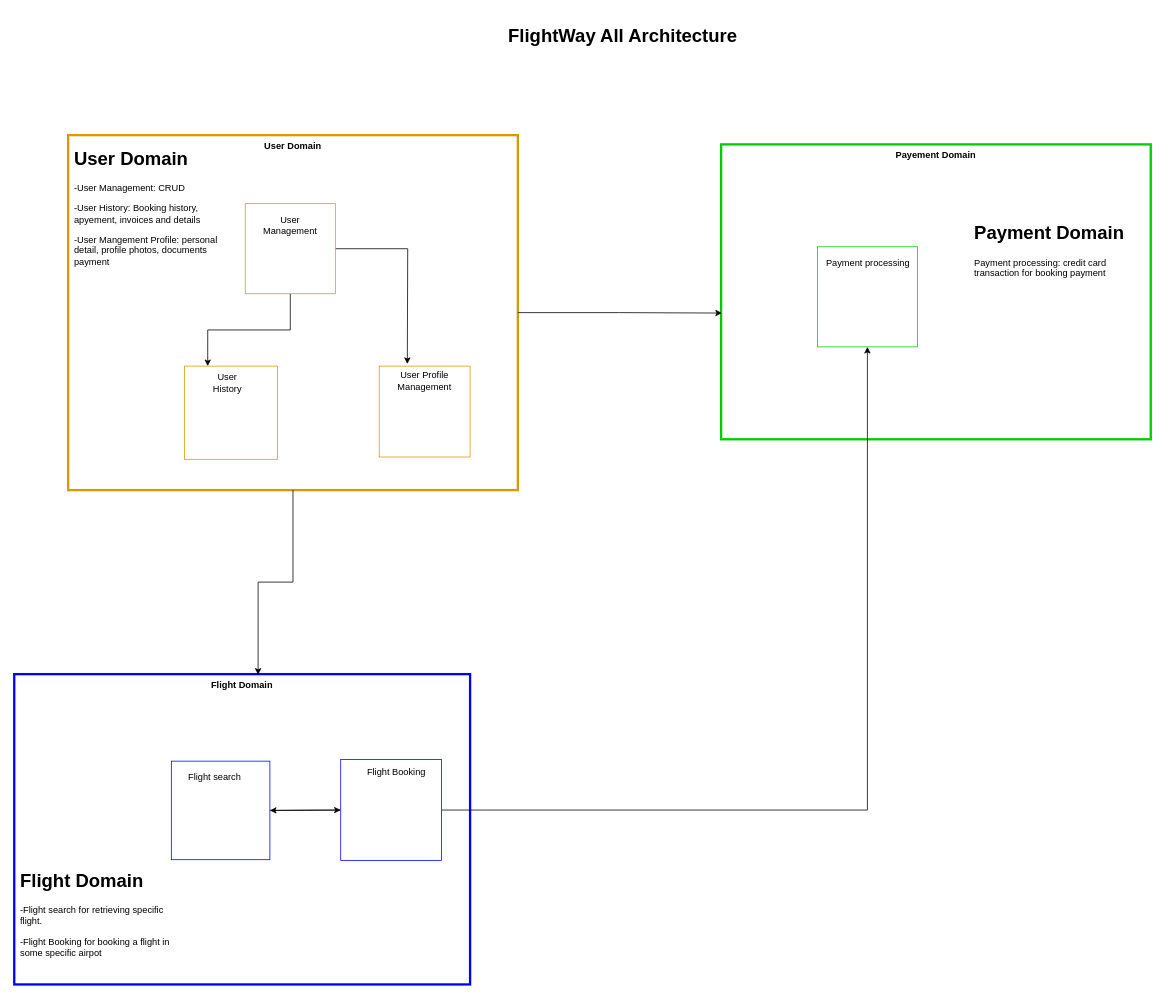
abdoulWaris/ArchitectureCloud keeps this draw.io diagram as page "Page-1" (1 of 2) of flightWayDiagramme.drawio. Above is the earlier version. Source tidied: cells renumbered, new cells numbered last; positions are measured from the earlier drawing's top-left corner, leaving out a move shared by most shapes. Both pictures are drawn from the tidied source at 77%, with x=0, y=0 at pixel (14, 25).
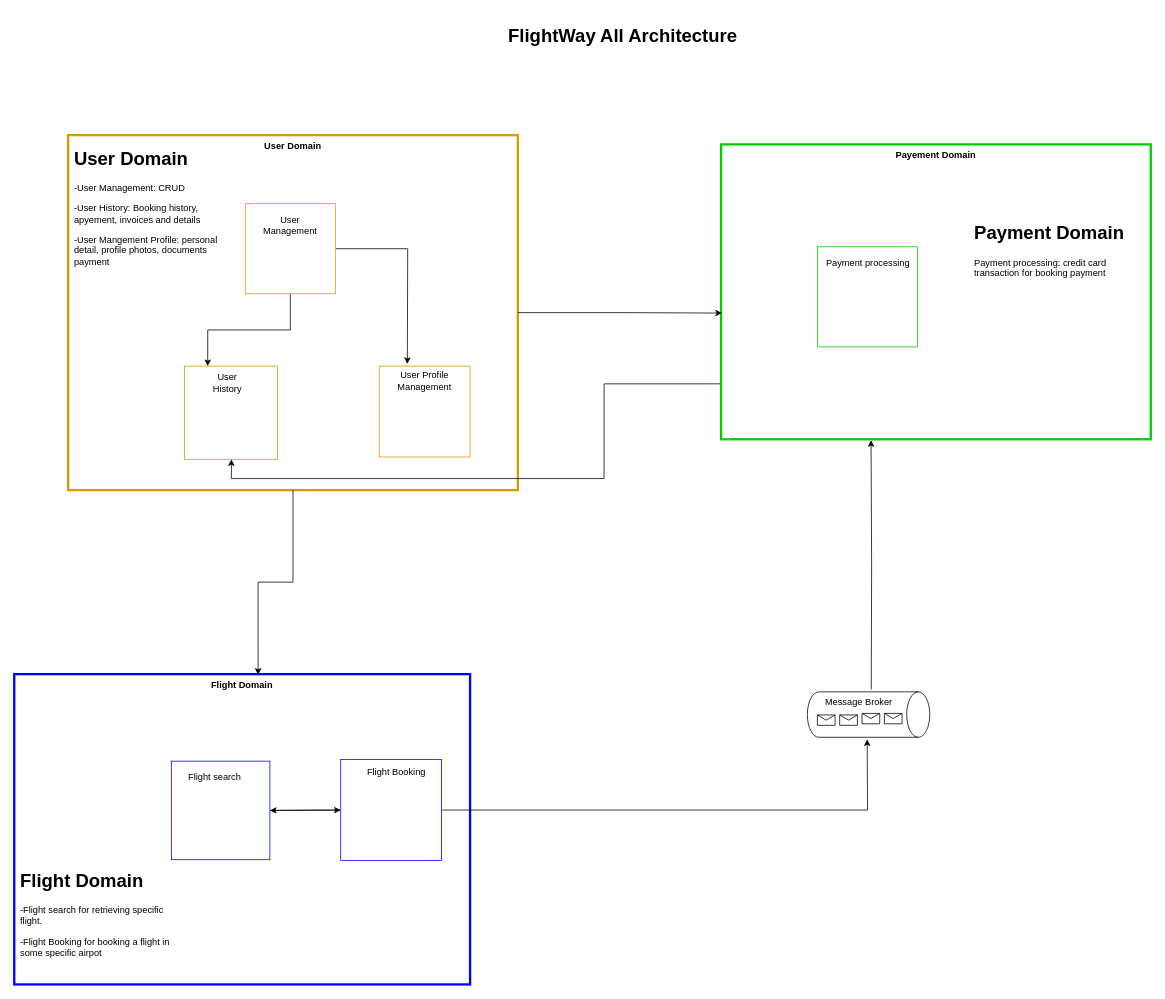
After the change.

The change refers to these unchanged cells:
```xml
<mxCell id="10" style="whiteSpace=wrap;html=1;strokeColor=#D79B00;" parent="1" vertex="1">
  <mxGeometry x="221" y="443" width="121" height="121" as="geometry" />
</mxCell>
<mxCell id="12" value="&lt;b&gt;Payement Domain&lt;/b&gt;" style="rounded=0;whiteSpace=wrap;html=1;strokeWidth=3;verticalAlign=top;strokeColor=#00CC00;" parent="1" vertex="1">
  <mxGeometry x="918" y="155" width="558" height="383" as="geometry" />
</mxCell>
<mxCell id="16" style="whiteSpace=wrap;html=1;strokeColor=#0000FF;" parent="1" vertex="1">
  <mxGeometry x="424" y="954" width="131" height="131" as="geometry" />
</mxCell>
<mxCell id="22" style="whiteSpace=wrap;html=1;strokeColor=#00CC00;" parent="21" vertex="1">
  <mxGeometry width="130" height="130" as="geometry" />
</mxCell>
```

What changed in the source:
```diff
@@
+    <mxCell id="29" style="edgeStyle=orthogonalEdgeStyle;rounded=0;jettySize=auto;html=1;" parent="1" edge="1" source="22" target="10">
+      <mxGeometry relative="1" as="geometry">
+        <Array as="points">
+          <mxPoint x="1108" y="466" />
+          <mxPoint x="766" y="466" />
+          <mxPoint x="766" y="589" />
+          <mxPoint x="282" y="589" />
+        </Array>
+      </mxGeometry>
+    </mxCell>
@@
-    <mxCell id="15" style="edgeStyle=orthogonalEdgeStyle;rounded=0;jettySize=auto;html=1;" parent="1" edge="1" source="16" target="22">
-      <mxGeometry relative="1" as="geometry">
-        <Array as="points">
-          <mxPoint x="1108" y="1020" />
-        </Array>
-      </mxGeometry>
-    </mxCell>
+    <mxCell id="30" style="edgeStyle=orthogonalEdgeStyle;rounded=0;jettySize=auto;html=1;" parent="1" edge="1" source="16">
+      <mxGeometry relative="1" as="geometry">
+        <mxPoint x="1107.7" y="927.7" as="targetPoint" />
+      </mxGeometry>
+    </mxCell>
@@
+    <mxCell id="31" value="Message Broker" style="shape=cylinder3;whiteSpace=wrap;html=1;boundedLbl=1;backgroundOutline=1;size=15;rotation=90;horizontal=0;verticalAlign=top;" parent="1" vertex="1">
+      <mxGeometry x="1080" y="816" width="59" height="159" as="geometry" />
+    </mxCell>
+    <mxCell id="32" style="shape=message;html=1;html=1;labelPosition=center;verticalLabelPosition=bottom;align=center;verticalAlign=top;" parent="1" vertex="1">
+      <mxGeometry x="1043" y="896" width="23" height="13.5" as="geometry" />
+    </mxCell>
+    <mxCell id="33" style="shape=message;html=1;html=1;labelPosition=center;verticalLabelPosition=bottom;align=center;verticalAlign=top;" parent="1" vertex="1">
+      <mxGeometry x="1072" y="896" width="23" height="13.5" as="geometry" />
+    </mxCell>
+    <mxCell id="34" style="shape=message;html=1;html=1;labelPosition=center;verticalLabelPosition=bottom;align=center;verticalAlign=top;" parent="1" vertex="1">
+      <mxGeometry x="1101" y="894" width="23" height="13.5" as="geometry" />
+    </mxCell>
+    <mxCell id="35" style="shape=message;html=1;html=1;labelPosition=center;verticalLabelPosition=bottom;align=center;verticalAlign=top;" parent="1" vertex="1">
+      <mxGeometry x="1130" y="894" width="23" height="13.5" as="geometry" />
+    </mxCell>
+    <mxCell id="36" style="edgeStyle=orthogonalEdgeStyle;rounded=0;jettySize=auto;html=1;entryX=0.349;entryY=1.003;entryDx=0;entryDy=0;entryPerimeter=0;" parent="1" edge="1" target="12">
+      <mxGeometry relative="1" as="geometry">
+        <mxPoint x="1113" y="863" as="sourcePoint" />
+      </mxGeometry>
+    </mxCell>
```
